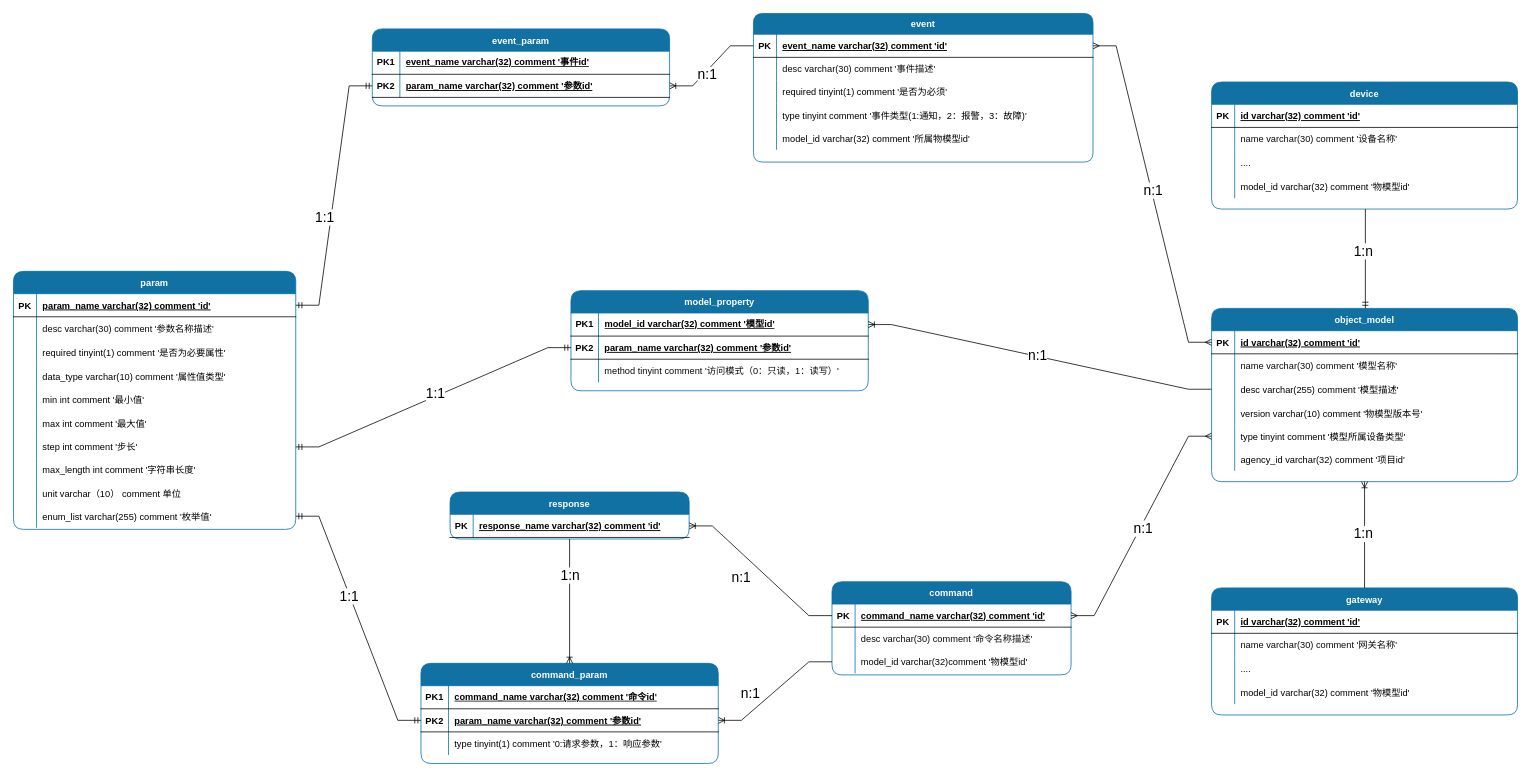
Earlier version of the draw.io diagram page "第 2 页" (2 of 2) of 物模型.drawio (viking-wj/software). Source tidied: cells renumbered, new cells numbered last; positions are measured from the earlier drawing's top-left corner, leaving out a move shared by most shapes. Both pictures are drawn from the tidied source at 77%, with x=0, y=0 at pixel (13, 13).
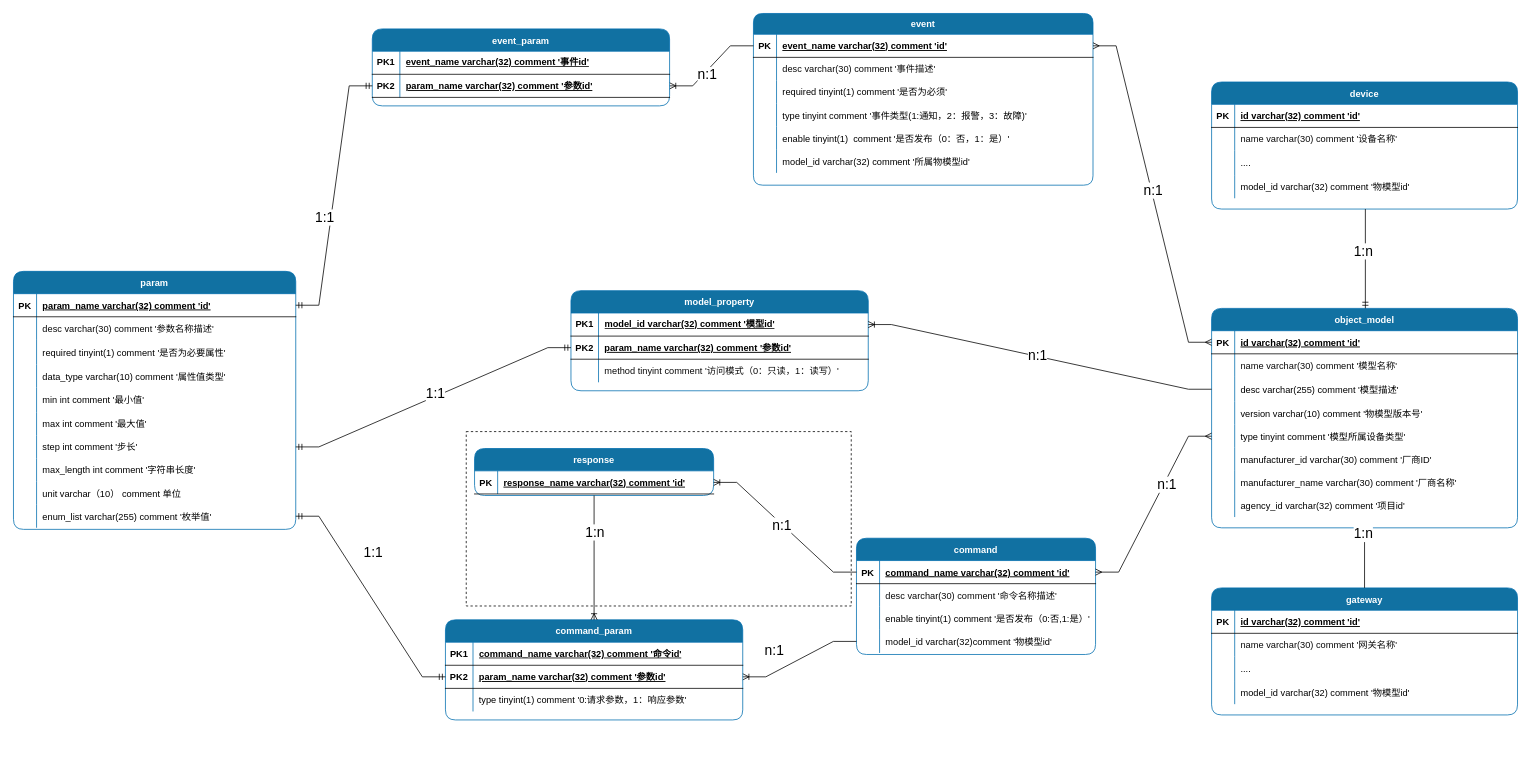
The same page after the edit.

Commit message:
更新物模型.drawio

The edit, as a diff of the source:
```diff
@@
+    <mxCell id="159" style="rounded=0;whiteSpace=wrap;html=1;dashed=1;" parent="1" vertex="1">
+      <mxGeometry x="588" y="543" width="500" height="226.5" as="geometry" />
+    </mxCell>
     <mxCell id="2" value="command" style="shape=table;startSize=29;childLayout=tableLayout;rowLines=0;fontStyle=1;align=center;labelBackgroundColor=none;fillColor=#1171a2;strokeColor=#006EAF;fontColor=#ffffff;rounded=1;swimlaneFillColor=none;" parent="1" vertex="1">
-      <mxGeometry x="1063" y="738" width="310.5" height="121" as="geometry" />
+      <mxGeometry x="1094.8" y="681.5" width="310.5" height="151" as="geometry" />
     </mxCell>
@@
+    <mxCell id="160" style="shape=tableRow;horizontal=0;startSize=0;swimlaneHead=0;swimlaneBody=0;fillColor=none;top=0;left=0;right=0;bottom=0;" parent="2" vertex="1">
+      <mxGeometry y="89" width="310.5" height="30" as="geometry" />
+    </mxCell>
+    <mxCell id="161" style="shape=partialRectangle;fillColor=none;top=0;left=0;bottom=0;right=0;overflow=hidden;" parent="160" vertex="1">
+      <mxGeometry width="30" height="30" as="geometry" />
+    </mxCell>
+    <mxCell id="162" value="enable tinyint(1) comment '是否发布（0:否,1:是）'" style="shape=partialRectangle;fillColor=none;top=0;left=0;bottom=0;right=0;align=left;spacingLeft=6;overflow=hidden;" parent="160" vertex="1">
+      <mxGeometry x="30" width="280.5" height="30" as="geometry" />
+    </mxCell>
     <mxCell id="9" style="shape=tableRow;horizontal=0;startSize=0;swimlaneHead=0;swimlaneBody=0;fillColor=none;points=[[0,0.5],[1,0.5]];portConstraint=eastwest;top=0;left=0;right=0;bottom=0;" parent="2" vertex="1">
-      <mxGeometry y="89" width="310.5" height="30" as="geometry" />
+      <mxGeometry y="119" width="310.5" height="30" as="geometry" />
     </mxCell>
@@
     <mxCell id="43" value="event" style="shape=table;startSize=27;childLayout=tableLayout;rowLines=0;fontStyle=1;align=center;labelBackgroundColor=none;fillColor=#1171a2;strokeColor=#006EAF;fontColor=#ffffff;rounded=1;swimlaneFillColor=none;" parent="1" vertex="1">
-      <mxGeometry x="961" width="441" height="193" as="geometry" />
+      <mxGeometry x="961" width="441" height="223" as="geometry" />
     </mxCell>
@@
+    <mxCell id="163" style="shape=tableRow;horizontal=0;startSize=0;swimlaneHead=0;swimlaneBody=0;fillColor=none;top=0;left=0;right=0;bottom=0;" parent="43" vertex="1">
+      <mxGeometry y="147" width="441" height="30" as="geometry" />
+    </mxCell>
+    <mxCell id="164" style="shape=partialRectangle;fillColor=none;top=0;left=0;bottom=0;right=0;overflow=hidden;" parent="163" vertex="1">
+      <mxGeometry width="30" height="30" as="geometry" />
+    </mxCell>
+    <mxCell id="165" value="enable tinyint(1)  comment '是否发布（0：否，1：是）'" style="shape=partialRectangle;fillColor=none;top=0;left=0;bottom=0;right=0;align=left;spacingLeft=6;overflow=hidden;" parent="163" vertex="1">
+      <mxGeometry x="30" width="411" height="30" as="geometry" />
+    </mxCell>
     <mxCell id="56" style="shape=tableRow;horizontal=0;startSize=0;swimlaneHead=0;swimlaneBody=0;fillColor=none;top=0;left=0;right=0;bottom=0;" parent="43" vertex="1">
-      <mxGeometry y="147" width="441" height="30" as="geometry" />
+      <mxGeometry y="177" width="441" height="30" as="geometry" />
     </mxCell>
@@
     <mxCell id="59" value="object_model" style="shape=table;startSize=29;childLayout=tableLayout;rowLines=0;fontStyle=1;align=center;labelBackgroundColor=none;fillColor=#1171a2;strokeColor=#006EAF;fontColor=#ffffff;rounded=1;swimlaneFillColor=none;" parent="1" vertex="1">
-      <mxGeometry x="1556" y="383" width="397.3" height="225" as="geometry" />
+      <mxGeometry x="1556" y="383" width="397.3" height="285" as="geometry" />
     </mxCell>
@@
+    <mxCell id="166" style="shape=tableRow;horizontal=0;startSize=0;swimlaneHead=0;swimlaneBody=0;fillColor=none;top=0;left=0;right=0;bottom=0;" parent="59" vertex="1">
+      <mxGeometry y="181" width="397.3" height="30" as="geometry" />
+    </mxCell>
+    <mxCell id="167" style="shape=partialRectangle;fillColor=none;top=0;left=0;bottom=0;right=0;overflow=hidden;" parent="166" vertex="1">
+      <mxGeometry width="30" height="30" as="geometry" />
+    </mxCell>
+    <mxCell id="168" value="manufacturer_id varchar(30) comment '厂商ID'" style="shape=partialRectangle;fillColor=none;top=0;left=0;bottom=0;right=0;align=left;spacingLeft=6;overflow=hidden;" parent="166" vertex="1">
+      <mxGeometry x="30" width="367.3" height="30" as="geometry" />
+    </mxCell>
+    <mxCell id="169" style="shape=tableRow;horizontal=0;startSize=0;swimlaneHead=0;swimlaneBody=0;fillColor=none;top=0;left=0;right=0;bottom=0;" parent="59" vertex="1">
+      <mxGeometry y="211" width="397.3" height="30" as="geometry" />
+    </mxCell>
+    <mxCell id="170" style="shape=partialRectangle;fillColor=none;top=0;left=0;bottom=0;right=0;overflow=hidden;" parent="169" vertex="1">
+      <mxGeometry width="30" height="30" as="geometry" />
+    </mxCell>
+    <mxCell id="171" value="manufacturer_name varchar(30) comment '厂商名称'" style="shape=partialRectangle;fillColor=none;top=0;left=0;bottom=0;right=0;align=left;spacingLeft=6;overflow=hidden;" parent="169" vertex="1">
+      <mxGeometry x="30" width="367.3" height="30" as="geometry" />
+    </mxCell>
     <mxCell id="75" style="shape=tableRow;horizontal=0;startSize=0;swimlaneHead=0;swimlaneBody=0;fillColor=none;top=0;left=0;right=0;bottom=0;" parent="59" vertex="1">
-      <mxGeometry y="181" width="397.3" height="30" as="geometry" />
+      <mxGeometry y="241" width="397.3" height="30" as="geometry" />
     </mxCell>
@@
     <mxCell id="84" value="n:1" style="edgeLabel;html=1;align=center;verticalAlign=middle;fontSize=18;" parent="1" vertex="1">
-      <mxGeometry x="1458" y="670" as="geometry">
+      <mxGeometry x="1489.8" y="613.5" as="geometry">
         <mxPoint x="8" y="-2" as="offset" />
       </mxGeometry>
     </mxCell>
@@
     <mxCell id="115" value="command_param" style="shape=table;startSize=29;childLayout=tableLayout;rowLines=0;fontStyle=1;align=center;labelBackgroundColor=none;fillColor=#1171a2;strokeColor=#006EAF;fontColor=#ffffff;rounded=1;swimlaneFillColor=none;" parent="1" vertex="1">
-      <mxGeometry x="529.2" y="844" width="386.1" height="130" as="geometry" />
+      <mxGeometry x="561" y="787.5" width="386.1" height="130" as="geometry" />
     </mxCell>
@@
     <mxCell id="125" value="n:1" style="edgeLabel;html=1;align=center;verticalAlign=middle;fontSize=18;" parent="1" vertex="1">
-      <mxGeometry x="1039" y="626" as="geometry">
+      <mxGeometry x="1070.8" y="569.5" as="geometry">
         <mxPoint x="-83" y="257" as="offset" />
       </mxGeometry>
     </mxCell>
@@
     <mxCell id="136" value="1:1" style="edgeLabel;html=1;align=center;verticalAlign=middle;fontSize=18;" parent="1" vertex="1">
-      <mxGeometry x="895" y="682" as="geometry">
+      <mxGeometry x="926.8" y="625.5" as="geometry">
         <mxPoint x="-460" y="74" as="offset" />
       </mxGeometry>
     </mxCell>
@@
     <mxCell id="151" value="response" style="shape=table;startSize=29;childLayout=tableLayout;rowLines=0;fontStyle=1;align=center;labelBackgroundColor=none;fillColor=#1171a2;strokeColor=#006EAF;fontColor=#ffffff;rounded=1;swimlaneFillColor=none;" parent="1" vertex="1">
-      <mxGeometry x="567" y="621.5" width="310.5" height="61" as="geometry" />
+      <mxGeometry x="598.8" y="565" width="310.5" height="61" as="geometry" />
     </mxCell>
@@
     <mxCell id="156" value="n:1" style="edgeLabel;html=1;align=center;verticalAlign=middle;fontSize=18;" parent="1" vertex="1">
-      <mxGeometry x="1027" y="475" as="geometry">
+      <mxGeometry x="1080" y="407" as="geometry">
         <mxPoint x="-83" y="257" as="offset" />
       </mxGeometry>
     </mxCell>
```
